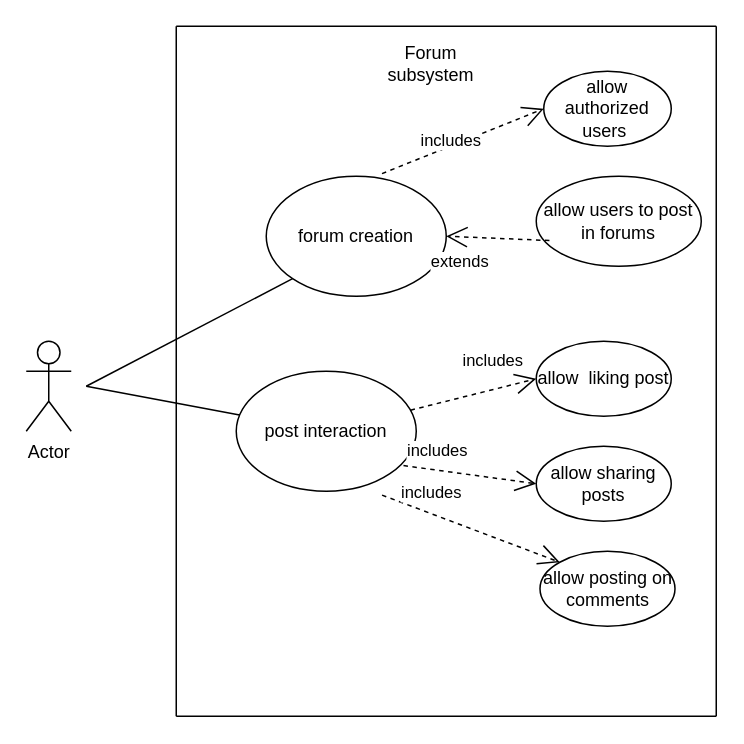
This is docs/use-case-diagrams/Forums.drawio from COS301-SE-2024/TailWaggr, a draw.io file, before an edit. Source tidied: cells renumbered, new cells numbered last; positions are measured from the earlier drawing's top-left corner, leaving out a move shared by most shapes. Both pictures are drawn from the tidied source at 150%, with x=0, y=0 at pixel (26, 26).
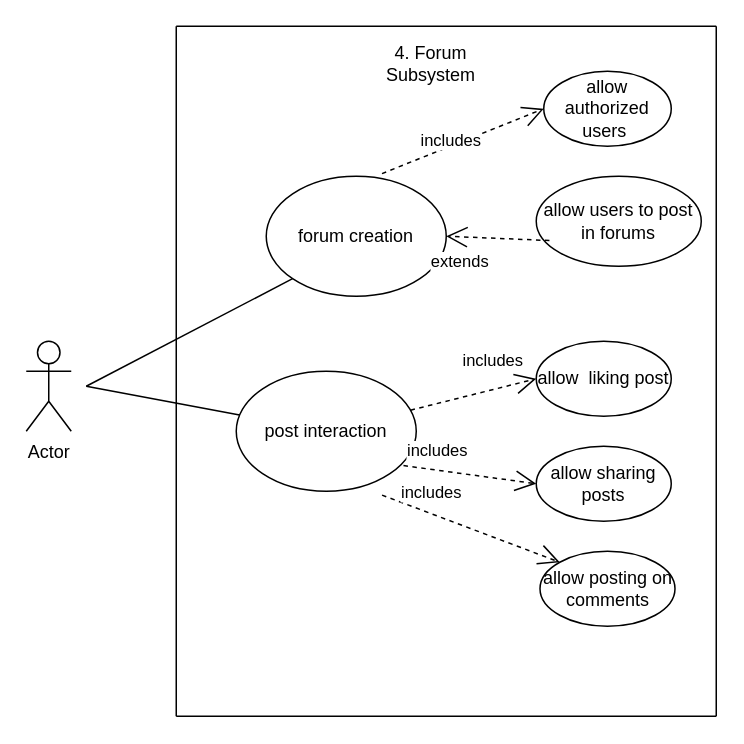
The same diagram, later.

Commit message (it also covers changes not shown here):
Slightly altered account diagram and numbered Forums and Location diagrams

Diff of the diagram source:
```diff
@@
-    <mxCell id="21" value="Forum subsystem" style="text;html=1;align=center;verticalAlign=middle;whiteSpace=wrap;rounded=0;" parent="1" vertex="1">
+    <mxCell id="21" value="4. Forum Subsystem" style="text;html=1;align=center;verticalAlign=middle;whiteSpace=wrap;rounded=0;" parent="1" vertex="1">
       <mxGeometry x="240" y="10" width="60" height="30" as="geometry" />
     </mxCell>
```
